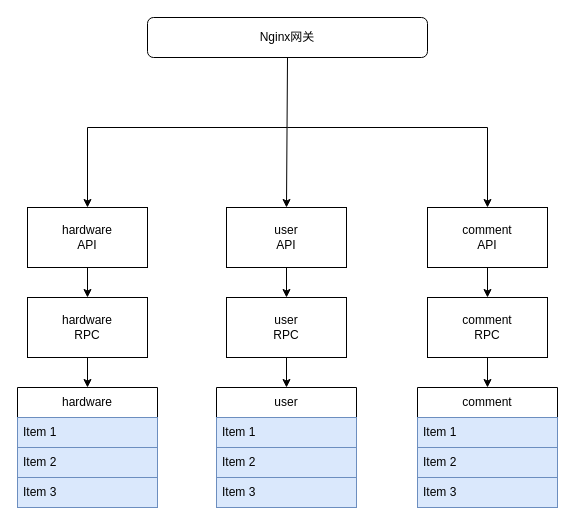
muskonu/draw keeps this draw.io diagram as 未命名绘图.drawio. Above is the earlier version. Source tidied: cells renumbered, new cells numbered last; positions are measured from the earlier drawing's top-left corner, leaving out a move shared by most shapes. Both pictures are drawn from the tidied source at 100%, with x=0, y=0 at pixel (17, 17).
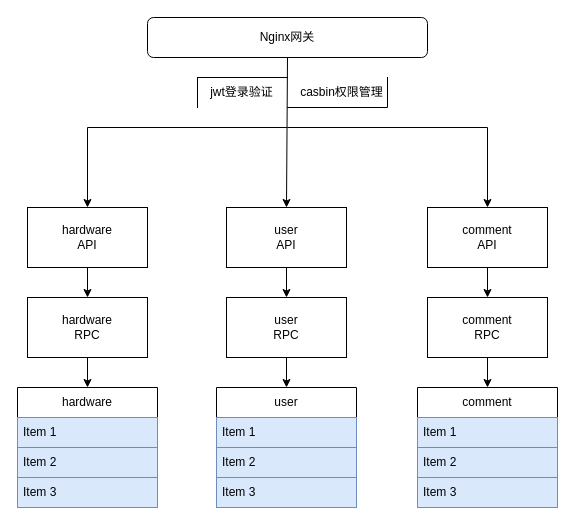
The same diagram, later.

Commit message:
更新未命名绘图.drawio

Diff of the diagram source:
```diff
@@
+    <mxCell id="30" value="jwt登录验证" style="text;html=1;strokeColor=none;fillColor=none;align=center;verticalAlign=middle;whiteSpace=wrap;rounded=0;" parent="1" vertex="1">
+      <mxGeometry x="180" y="60" width="89" height="30" as="geometry" />
+    </mxCell>
+    <mxCell id="31" value="casbin权限管理" style="text;html=1;strokeColor=none;fillColor=none;align=center;verticalAlign=middle;whiteSpace=wrap;rounded=0;" parent="1" vertex="1">
+      <mxGeometry x="269" y="60" width="111" height="30" as="geometry" />
+    </mxCell>
+    <mxCell id="32" style="shape=partialRectangle;whiteSpace=wrap;html=1;top=0;left=0;fillColor=none;" parent="1" vertex="1">
+      <mxGeometry x="270" y="60" width="100" height="30" as="geometry" />
+    </mxCell>
+    <mxCell id="33" style="shape=partialRectangle;whiteSpace=wrap;html=1;bottom=0;right=0;fillColor=none;" parent="1" vertex="1">
+      <mxGeometry x="180" y="60" width="90" height="30" as="geometry" />
+    </mxCell>
```
